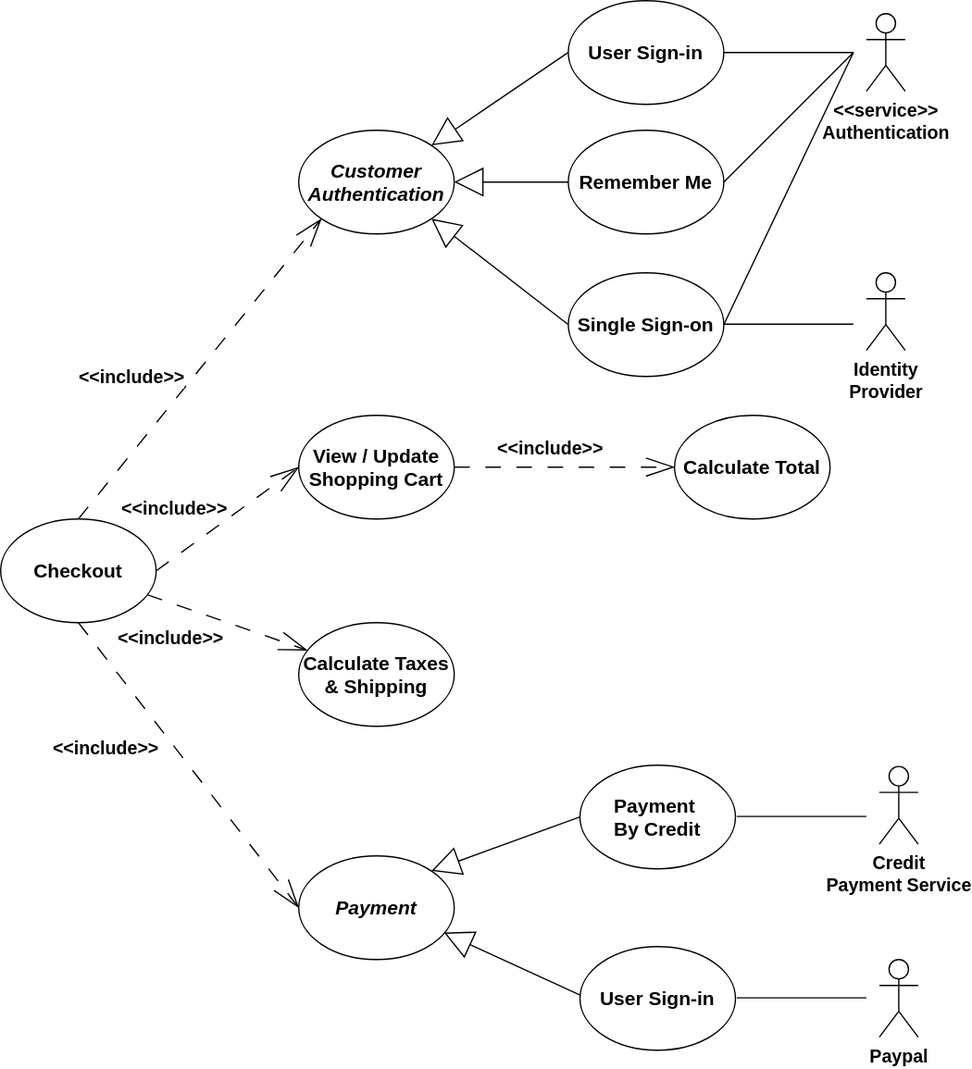
The draw.io diagram OnlineShoppingUseCases.drawio.svg in minh071289/AI_system, before a commit. Source tidied: cells renumbered, new cells last; positions are measured from the earlier drawing's top-left corner, leaving out a move shared by most shapes.
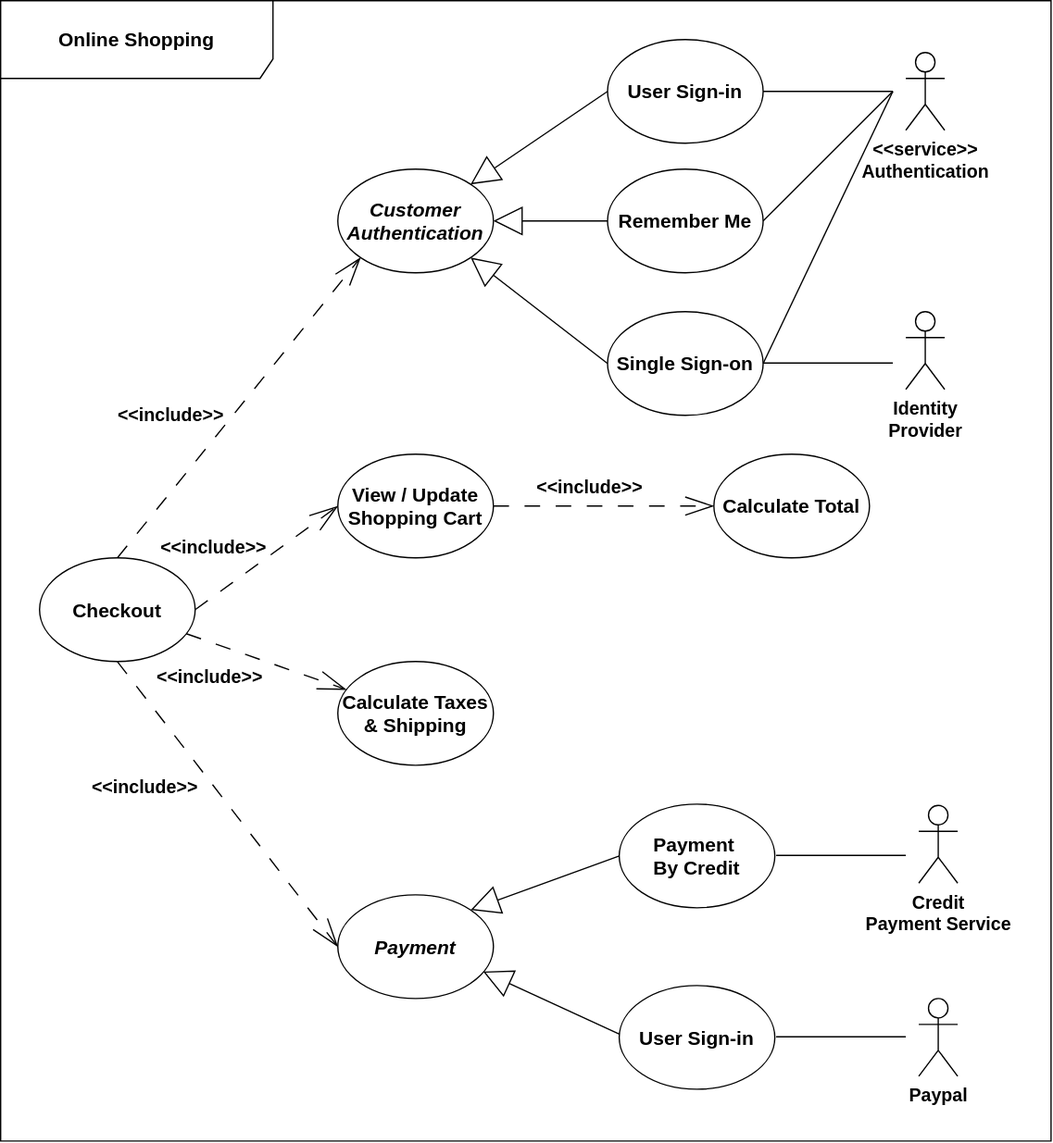
Later version of the same file.

The edit, as a diff of the source:
```diff
@@ -2,6 +2,9 @@
   <root>
     <mxCell id="0" />
     <mxCell id="1" parent="0" />
+    <mxCell id="39" value="&lt;b&gt;&lt;font style=&quot;font-size: 15px;&quot;&gt;Online Shopping&lt;/font&gt;&lt;/b&gt;" style="shape=umlFrame;whiteSpace=wrap;html=1;width=210;height=60;swimlaneFillColor=default;" parent="1" vertex="1">
+      <mxGeometry x="-30" y="-30" width="810" height="880" as="geometry" />
+    </mxCell>
     <mxCell id="2" value="&lt;b&gt;&lt;font style=&quot;font-size: 15px;&quot;&gt;Checkout&lt;/font&gt;&lt;/b&gt;" style="ellipse;whiteSpace=wrap;html=1;" parent="1" vertex="1">
       <mxGeometry y="400" width="120" height="80" as="geometry" />
     </mxCell>
```
